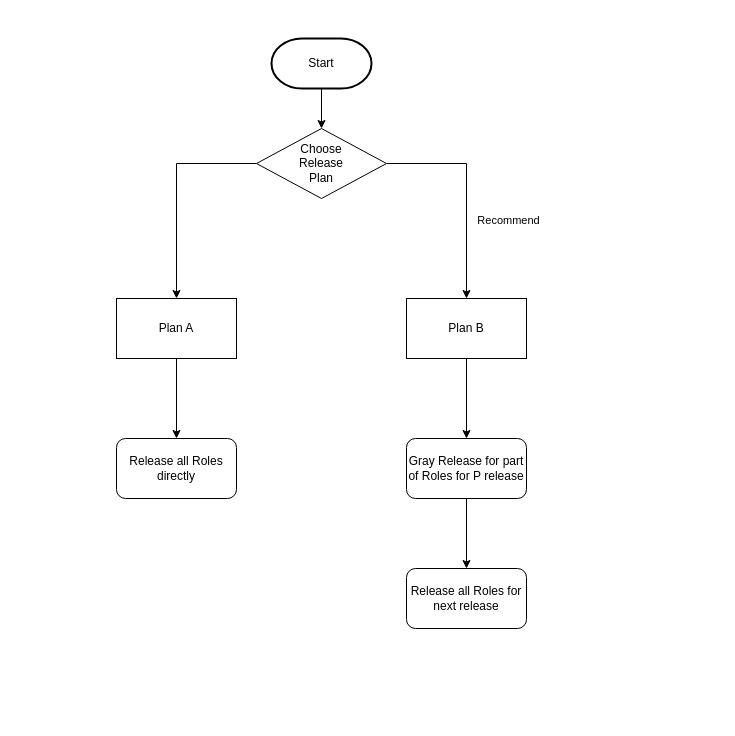
Nevergiveupp/drawio keeps this draw.io diagram as diagrams/release_cp689.drawio. Above is the earlier version. Source tidied: cells renumbered, new cells numbered last; positions are measured from the earlier drawing's top-left corner, leaving out a move shared by most shapes. Both pictures are drawn from the tidied source at 100%, with x=0, y=0 at pixel (116, 38).
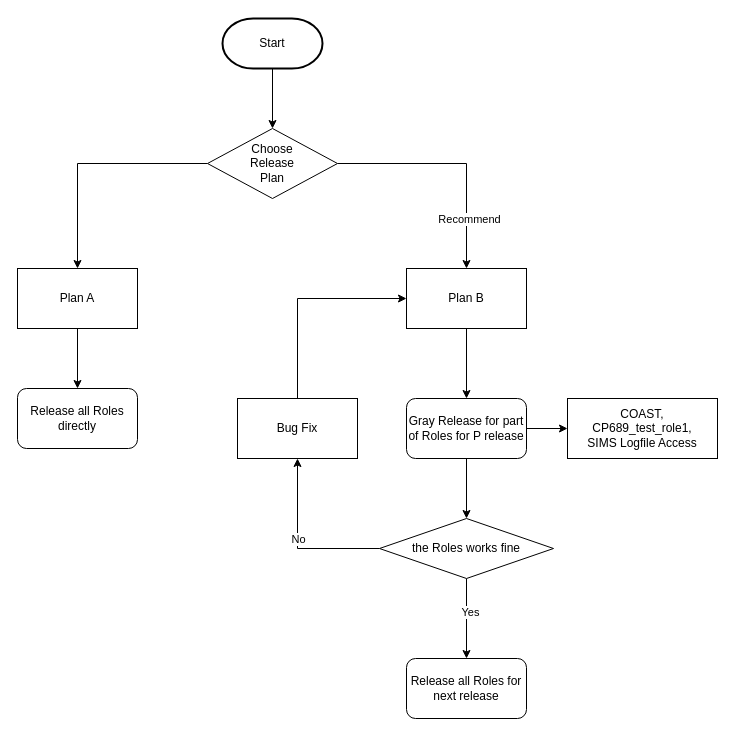
The same page after the edit.

Change to the diagram source:
```diff
@@
     <mxCell id="2" value="Release all Roles directly" style="rounded=1;whiteSpace=wrap;html=1;" parent="1" vertex="1">
-      <mxGeometry y="400" width="120" height="60" as="geometry" />
+      <mxGeometry x="-99" y="350" width="120" height="60" as="geometry" />
     </mxCell>
+    <mxCell id="16" style="edgeStyle=orthogonalEdgeStyle;rounded=0;jettySize=auto;html=1;exitX=1;exitY=0.5;exitDx=0;exitDy=0;" parent="1" edge="1" source="3" target="17">
+      <mxGeometry relative="1" as="geometry" />
+    </mxCell>
     <mxCell id="3" value="Gray Release for part of Roles for P release" style="rounded=1;whiteSpace=wrap;html=1;" parent="1" vertex="1">
-      <mxGeometry x="290" y="400" width="120" height="60" as="geometry" />
+      <mxGeometry x="290" y="360" width="120" height="60" as="geometry" />
     </mxCell>
-    <mxCell id="4" style="endArrow=classic;html=1;rounded=0;exitX=0.5;exitY=1;exitDx=0;exitDy=0;entryX=0.5;entryY=0;entryDx=0;entryDy=0;" parent="1" edge="1" source="3" target="5">
+    <mxCell id="4" style="endArrow=classic;html=1;rounded=0;exitX=0.5;exitY=1;exitDx=0;exitDy=0;entryX=0.5;entryY=0;entryDx=0;entryDy=0;" parent="1" edge="1" source="3" target="22">
       <mxGeometry relative="1" as="geometry" />
     </mxCell>
     <mxCell id="5" value="Release all Roles for next release" style="rounded=1;whiteSpace=wrap;html=1;" parent="1" vertex="1">
-      <mxGeometry x="290" y="530" width="120" height="60" as="geometry" />
+      <mxGeometry x="290" y="620" width="120" height="60" as="geometry" />
     </mxCell>
@@
     <mxCell id="7" value="Plan B" style="rounded=0;whiteSpace=wrap;html=1;" parent="1" vertex="1">
-      <mxGeometry x="290" y="260" width="120" height="60" as="geometry" />
+      <mxGeometry x="290" y="230" width="120" height="60" as="geometry" />
     </mxCell>
@@
     <mxCell id="9" value="Plan A" style="rounded=0;whiteSpace=wrap;html=1;" parent="1" vertex="1">
-      <mxGeometry y="260" width="120" height="60" as="geometry" />
+      <mxGeometry x="-99" y="230" width="120" height="60" as="geometry" />
     </mxCell>
@@
     <mxCell id="13" value="Choose &lt;br&gt;Release&lt;br&gt;Plan" style="rhombus;whiteSpace=wrap;html=1;" parent="1" vertex="1">
-      <mxGeometry x="140" y="90" width="130" height="70" as="geometry" />
+      <mxGeometry x="91" y="90" width="130" height="70" as="geometry" />
     </mxCell>
@@
     <mxCell id="15" value="Start" style="strokeWidth=2;html=1;shape=mxgraph.flowchart.terminator;whiteSpace=wrap;" parent="1" vertex="1">
-      <mxGeometry x="155" width="100" height="50" as="geometry" />
+      <mxGeometry x="106" y="-20" width="100" height="50" as="geometry" />
     </mxCell>
+    <mxCell id="17" value="COAST, &lt;br&gt;CP689_test_role1,&lt;br&gt;SIMS Logfile Access" style="rounded=0;whiteSpace=wrap;html=1;align=center;" parent="1" vertex="1">
+      <mxGeometry x="451" y="360" width="150" height="60" as="geometry" />
+    </mxCell>
+    <mxCell id="18" style="edgeStyle=orthogonalEdgeStyle;rounded=0;jettySize=auto;html=1;exitX=0.5;exitY=1;exitDx=0;exitDy=0;entryX=0.5;entryY=0;entryDx=0;entryDy=0;" parent="1" edge="1" source="22" target="5">
+      <mxGeometry relative="1" as="geometry" />
+    </mxCell>
+    <mxCell id="19" value="Yes" style="edgeLabel;html=1;align=center;verticalAlign=middle;" parent="18" vertex="1">
+      <mxGeometry x="-0.17" y="3" relative="1" as="geometry" />
+    </mxCell>
+    <mxCell id="20" style="edgeStyle=orthogonalEdgeStyle;rounded=0;jettySize=auto;html=1;exitX=0;exitY=0.5;exitDx=0;exitDy=0;entryX=0.5;entryY=1;entryDx=0;entryDy=0;" parent="1" edge="1" source="22" target="24">
+      <mxGeometry relative="1" as="geometry" />
+    </mxCell>
+    <mxCell id="21" value="No" style="edgeLabel;html=1;align=center;verticalAlign=middle;" parent="20" vertex="1">
+      <mxGeometry x="0.07" relative="1" as="geometry" />
+    </mxCell>
+    <mxCell id="22" value="the Roles works fine" style="rhombus;whiteSpace=wrap;html=1;" parent="1" vertex="1">
+      <mxGeometry x="263" y="480" width="174" height="60" as="geometry" />
+    </mxCell>
+    <mxCell id="23" style="edgeStyle=orthogonalEdgeStyle;rounded=0;jettySize=auto;html=1;exitX=0.5;exitY=0;exitDx=0;exitDy=0;entryX=0;entryY=0.5;entryDx=0;entryDy=0;" parent="1" edge="1" source="24" target="7">
+      <mxGeometry relative="1" as="geometry" />
+    </mxCell>
+    <mxCell id="24" value="Bug Fix" style="rounded=0;whiteSpace=wrap;html=1;" parent="1" vertex="1">
+      <mxGeometry x="121" y="360" width="120" height="60" as="geometry" />
+    </mxCell>
```
